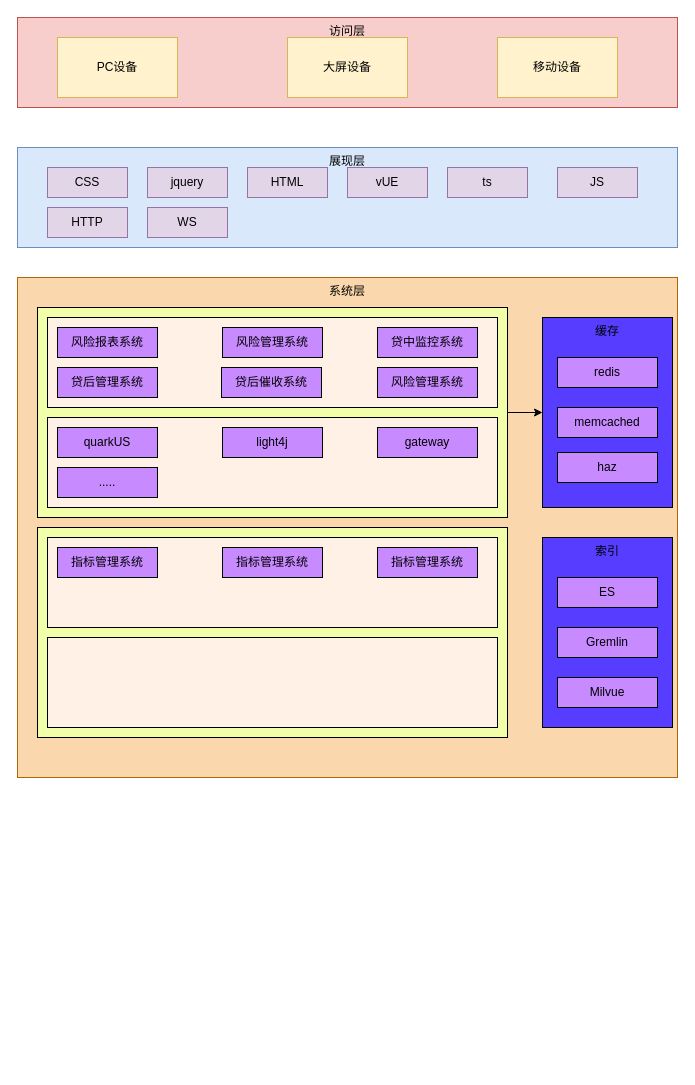
liojian198/Bin-Blog keeps this draw.io diagram as 智能风控系统技术架构.drawio. Above is the earlier version. Source tidied: cells renumbered, new cells numbered last; positions are measured from the earlier drawing's top-left corner, leaving out a move shared by most shapes. Both pictures are drawn from the tidied source at 100%, with x=0, y=0 at pixel (17, 17).
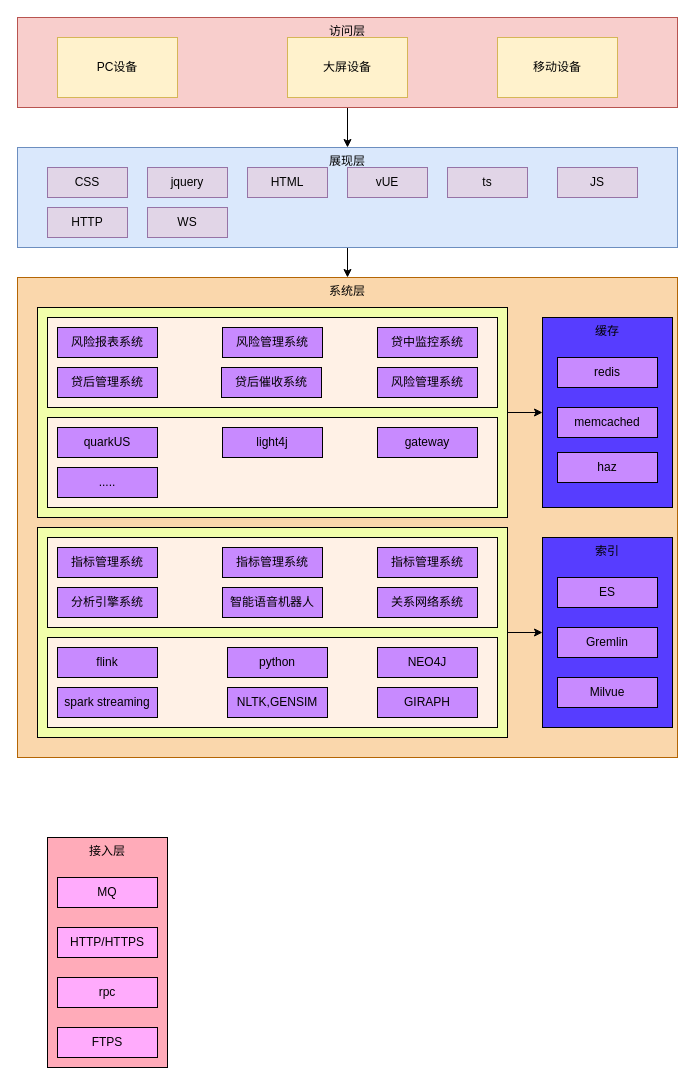
The same page after the edit.

Commit message (it also covers changes not shown here):
更新智能风控系统技术架构.drawio

Unchanged cells that the change refers to:
```xml
<mxCell id="2" value="访问层" style="rounded=0;whiteSpace=wrap;html=1;fillColor=#f8cecc;strokeColor=#b85450;verticalAlign=top;" parent="1" vertex="1">
  <mxGeometry width="660" height="90" as="geometry" />
</mxCell>
<mxCell id="6" value="展现层" style="rounded=0;whiteSpace=wrap;html=1;fillColor=#dae8fc;strokeColor=#6c8ebf;verticalAlign=top;" parent="1" vertex="1">
  <mxGeometry y="130" width="660" height="100" as="geometry" />
</mxCell>
<mxCell id="34" style="rounded=0;whiteSpace=wrap;html=1;fillColor=#F1FFAB;" parent="1" vertex="1">
  <mxGeometry x="20" y="510" width="470" height="210" as="geometry" />
</mxCell>
<mxCell id="37" value="索引" style="rounded=0;whiteSpace=wrap;html=1;verticalAlign=top;fillColor=#573DFF;" parent="1" vertex="1">
  <mxGeometry x="525" y="520" width="130" height="190" as="geometry" />
</mxCell>
```

What changed in the source:
```diff
@@
+    <mxCell id="44" style="edgeStyle=orthogonalEdgeStyle;rounded=0;jettySize=auto;html=1;entryX=0.5;entryY=0;entryDx=0;entryDy=0;" parent="1" edge="1" source="2" target="6">
+      <mxGeometry relative="1" as="geometry" />
+    </mxCell>
@@
+    <mxCell id="45" style="edgeStyle=orthogonalEdgeStyle;rounded=0;jettySize=auto;html=1;entryX=0.5;entryY=0;entryDx=0;entryDy=0;" parent="1" edge="1" source="6" target="15">
+      <mxGeometry relative="1" as="geometry" />
+    </mxCell>
@@
     <mxCell id="15" value="系统层" style="rounded=0;whiteSpace=wrap;html=1;fillColor=#fad7ac;strokeColor=#b46504;verticalAlign=top;" parent="1" vertex="1">
-      <mxGeometry y="260" width="660" height="500" as="geometry" />
+      <mxGeometry y="260" width="660" height="480" as="geometry" />
     </mxCell>
@@
+    <mxCell id="46" style="edgeStyle=orthogonalEdgeStyle;rounded=0;jettySize=auto;html=1;exitX=1;exitY=0.5;exitDx=0;exitDy=0;entryX=0;entryY=0.5;entryDx=0;entryDy=0;" parent="1" edge="1" source="34" target="37">
+      <mxGeometry relative="1" as="geometry" />
+    </mxCell>
@@
+    <mxCell id="47" value="分析引擎系统" style="rounded=0;whiteSpace=wrap;html=1;fillColor=#C88AFF;" parent="1" vertex="1">
+      <mxGeometry x="40" y="570" width="100" height="30" as="geometry" />
+    </mxCell>
+    <mxCell id="48" value="智能语音机器人" style="rounded=0;whiteSpace=wrap;html=1;fillColor=#C88AFF;" parent="1" vertex="1">
+      <mxGeometry x="205" y="570" width="100" height="30" as="geometry" />
+    </mxCell>
+    <mxCell id="49" value="关系网络系统" style="rounded=0;whiteSpace=wrap;html=1;fillColor=#C88AFF;" parent="1" vertex="1">
+      <mxGeometry x="360" y="570" width="100" height="30" as="geometry" />
+    </mxCell>
+    <mxCell id="50" value="flink" style="rounded=0;whiteSpace=wrap;html=1;fillColor=#C88AFF;" parent="1" vertex="1">
+      <mxGeometry x="40" y="630" width="100" height="30" as="geometry" />
+    </mxCell>
+    <mxCell id="51" value="python" style="rounded=0;whiteSpace=wrap;html=1;fillColor=#C88AFF;" parent="1" vertex="1">
+      <mxGeometry x="210" y="630" width="100" height="30" as="geometry" />
+    </mxCell>
+    <mxCell id="52" value="NEO4J" style="rounded=0;whiteSpace=wrap;html=1;fillColor=#C88AFF;" parent="1" vertex="1">
+      <mxGeometry x="360" y="630" width="100" height="30" as="geometry" />
+    </mxCell>
+    <mxCell id="53" value="spark streaming" style="rounded=0;whiteSpace=wrap;html=1;fillColor=#C88AFF;" parent="1" vertex="1">
+      <mxGeometry x="40" y="670" width="100" height="30" as="geometry" />
+    </mxCell>
+    <mxCell id="54" value="NLTK,GENSIM" style="rounded=0;whiteSpace=wrap;html=1;fillColor=#C88AFF;" parent="1" vertex="1">
+      <mxGeometry x="210" y="670" width="100" height="30" as="geometry" />
+    </mxCell>
+    <mxCell id="55" value="GIRAPH" style="rounded=0;whiteSpace=wrap;html=1;fillColor=#C88AFF;" parent="1" vertex="1">
+      <mxGeometry x="360" y="670" width="100" height="30" as="geometry" />
+    </mxCell>
+    <mxCell id="56" value="接入层" style="rounded=0;whiteSpace=wrap;html=1;verticalAlign=top;fillColor=#FFABB9;" parent="1" vertex="1">
+      <mxGeometry x="30" y="820" width="120" height="230" as="geometry" />
+    </mxCell>
+    <mxCell id="57" value="MQ" style="rounded=0;whiteSpace=wrap;html=1;fillColor=#FFABFC;" parent="1" vertex="1">
+      <mxGeometry x="40" y="860" width="100" height="30" as="geometry" />
+    </mxCell>
+    <mxCell id="58" value="HTTP/HTTPS" style="rounded=0;whiteSpace=wrap;html=1;fillColor=#FFABFC;" parent="1" vertex="1">
+      <mxGeometry x="40" y="910" width="100" height="30" as="geometry" />
+    </mxCell>
+    <mxCell id="59" value="rpc" style="rounded=0;whiteSpace=wrap;html=1;fillColor=#FFABFC;" parent="1" vertex="1">
+      <mxGeometry x="40" y="960" width="100" height="30" as="geometry" />
+    </mxCell>
+    <mxCell id="60" value="FTPS" style="rounded=0;whiteSpace=wrap;html=1;fillColor=#FFABFC;" parent="1" vertex="1">
+      <mxGeometry x="40" y="1010" width="100" height="30" as="geometry" />
+    </mxCell>
```
